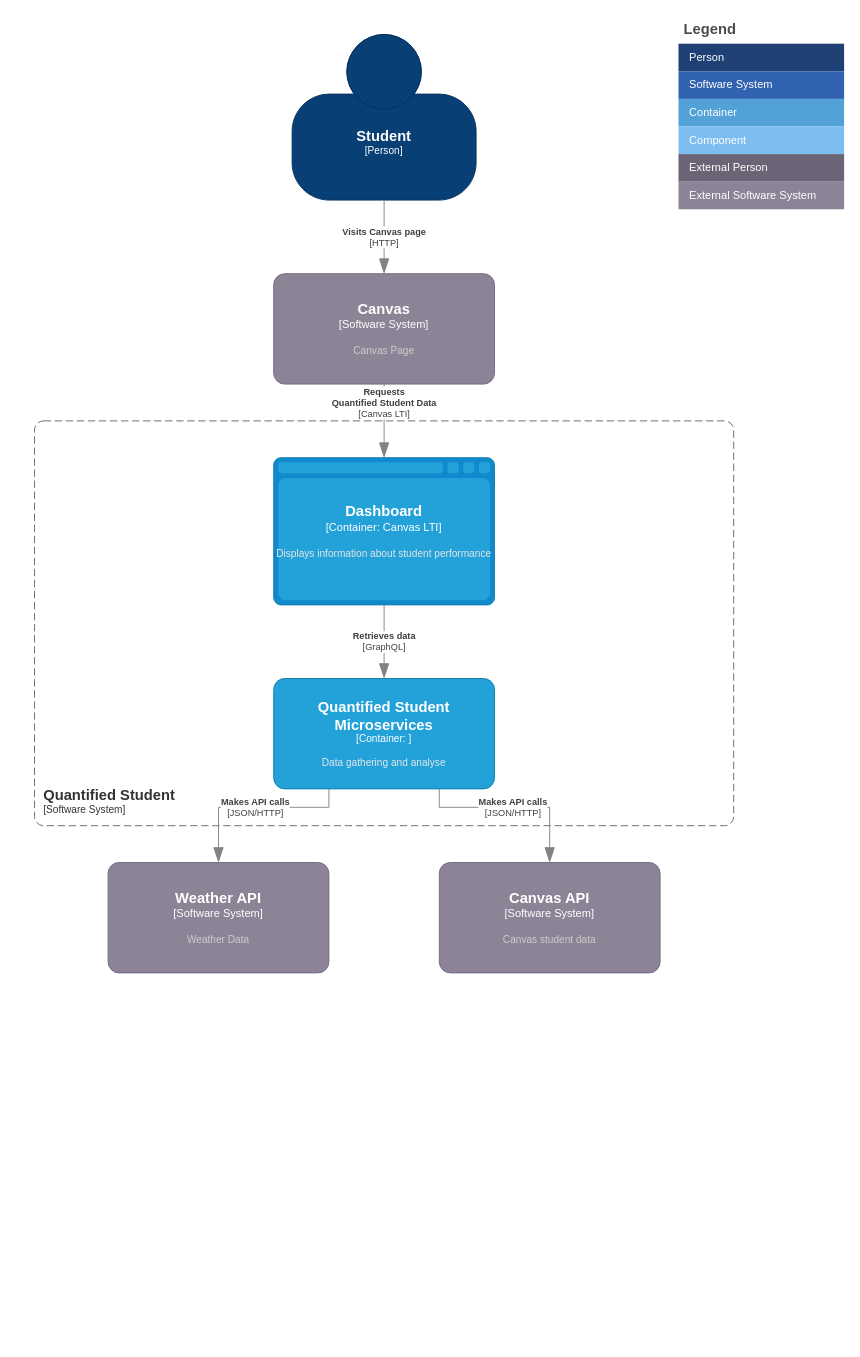
This is Application Architecture/QSc4_2.drawio from quantifiedstudent/QS-Docs, a draw.io file, before an edit. Source tidied: cells renumbered, new cells numbered last; positions are measured from the earlier drawing's top-left corner, leaving out a move shared by most shapes. Both pictures are drawn from the tidied source at 92%, with x=0, y=0 at pixel (34, 16).
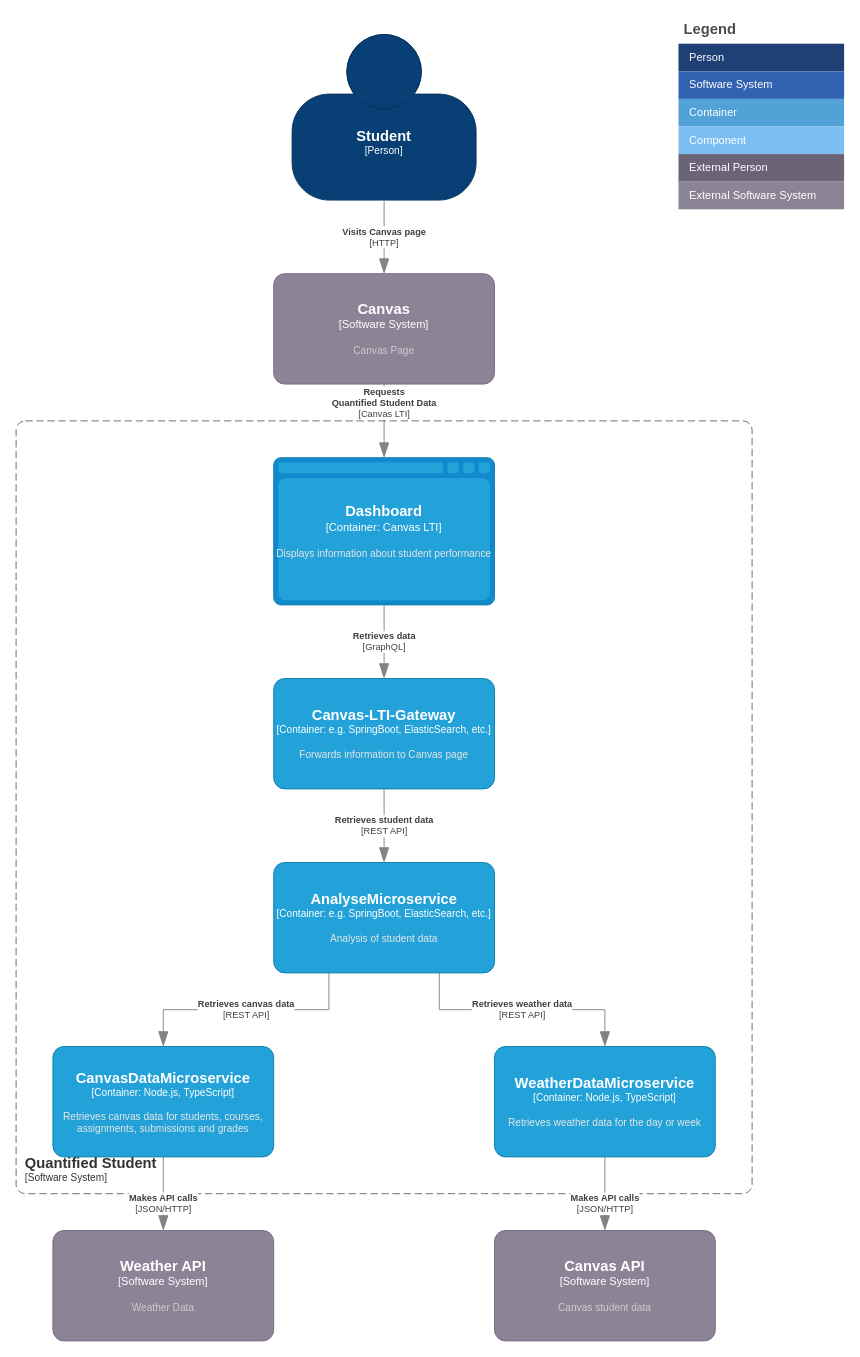
The same diagram, later.

The edit, as a diff of the source:
```diff
@@
-    <object id="3" label="&lt;font style=&quot;font-size: 16px&quot;&gt;&lt;b&gt;%c4Name%&lt;/b&gt;&lt;/font&gt;&lt;div&gt;[%c4Type%]&lt;/div&gt;&lt;br&gt;&lt;div&gt;&lt;font style=&quot;font-size: 11px&quot;&gt;&lt;font color=&quot;#cccccc&quot;&gt;%c4Description%&lt;/font&gt;&lt;/div&gt;" c4Description="Weather Data" c4Name="Weather API" c4Type="Software System" placeholders="1">
-      <mxCell style="rounded=1;whiteSpace=wrap;html=1;labelBackgroundColor=none;fillColor=#8C8496;fontColor=#ffffff;align=center;arcSize=10;strokeColor=#736782;points=[[0.25,0,0],[0.5,0,0],[0.75,0,0],[1,0.25,0],[1,0.5,0],[1,0.75,0],[0.75,1,0],[0.5,1,0],[0.25,1,0],[0,0.75,0],[0,0.5,0],[0,0.25,0]];" parent="1" vertex="1">
-        <mxGeometry x="80" y="920" width="240" height="120" as="geometry" />
-      </mxCell>
-    </object>
@@
     <object id="18" label="&lt;font style=&quot;font-size: 16px&quot;&gt;&lt;b&gt;&lt;div style=&quot;text-align: left&quot;&gt;%c4Name%&lt;/div&gt;&lt;/b&gt;&lt;/font&gt;&lt;div style=&quot;text-align: left&quot;&gt;[%c4Application%]&lt;/div&gt;" c4Application="Software System" c4Name="Quantified Student" placeholders="1">
       <mxCell style="rounded=1;fontSize=11;whiteSpace=wrap;html=1;dashed=1;arcSize=20;fillColor=none;strokeColor=#666666;fontColor=#333333;labelBackgroundColor=none;align=left;verticalAlign=bottom;labelBorderColor=none;spacingTop=0;spacing=10;dashPattern=8 4;perimeter=rectanglePerimeter;noLabel=0;labelPadding=0;absoluteArcSize=1;" parent="1" vertex="1">
-        <mxGeometry y="440" width="760" height="440" as="geometry" />
+        <mxGeometry x="-20" y="440" width="800" height="840" as="geometry" />
       </mxCell>
     </object>
@@
-    <object id="20" label="&lt;font style=&quot;font-size: 16px&quot;&gt;&lt;b&gt;%c4Name%&lt;/b&gt;&lt;/font&gt;&lt;div&gt;[%c4Type%: %c4Technology%]&lt;/div&gt;&lt;br&gt;&lt;div&gt;&lt;font style=&quot;font-size: 11px&quot;&gt;&lt;font color=&quot;#E6E6E6&quot;&gt;%c4Description%&lt;/font&gt;&lt;/div&gt;" c4Description="Data gathering and analyse" c4Name="Quantified Student Microservices" c4Technology="" c4Type="Container" placeholders="1">
-      <mxCell style="rounded=1;whiteSpace=wrap;html=1;fontSize=11;labelBackgroundColor=none;fillColor=#23A2D9;fontColor=#ffffff;align=center;arcSize=10;strokeColor=#0E7DAD;points=[[0.25,0,0],[0.5,0,0],[0.75,0,0],[1,0.25,0],[1,0.5,0],[1,0.75,0],[0.75,1,0],[0.5,1,0],[0.25,1,0],[0,0.75,0],[0,0.5,0],[0,0.25,0]];" parent="1" vertex="1">
-        <mxGeometry x="260" y="720" width="240" height="120" as="geometry" />
-      </mxCell>
-    </object>
@@
-    <object id="22" label="&lt;div style=&quot;text-align: left&quot;&gt;&lt;div style=&quot;text-align: center&quot;&gt;&lt;b&gt;%c4Description%&lt;/b&gt;&lt;/div&gt;&lt;div style=&quot;text-align: center&quot;&gt;[%c4Technology%]&lt;/div&gt;&lt;/div&gt;" c4Description="Makes API calls" c4Technology="JSON/HTTP" placeholders="1">
-      <mxCell style="endArrow=blockThin;html=1;fontSize=10;fontColor=#404040;strokeWidth=1;endFill=1;strokeColor=#828282;elbow=vertical;endSize=14;startSize=14;jumpStyle=arc;jumpSize=16;rounded=0;edgeStyle=orthogonalEdgeStyle;exitX=0.25;exitY=1;exitDx=0;exitDy=0;exitPerimeter=0;entryX=0.5;entryY=0;entryDx=0;entryDy=0;entryPerimeter=0;" parent="1" edge="1" source="20" target="3">
-        <mxGeometry relative="1" as="geometry">
-          <Array as="points">
-            <mxPoint x="320" y="860" />
-            <mxPoint x="200" y="860" />
-          </Array>
-        </mxGeometry>
-      </mxCell>
-    </object>
-    <object id="23" label="&lt;div style=&quot;text-align: left&quot;&gt;&lt;div style=&quot;text-align: center&quot;&gt;&lt;b&gt;%c4Description%&lt;/b&gt;&lt;/div&gt;&lt;div style=&quot;text-align: center&quot;&gt;[%c4Technology%]&lt;/div&gt;&lt;/div&gt;" c4Description="Makes API calls" c4Technology="JSON/HTTP" placeholders="1">
-      <mxCell style="endArrow=blockThin;html=1;fontSize=10;fontColor=#404040;strokeWidth=1;endFill=1;strokeColor=#828282;elbow=vertical;endSize=14;startSize=14;jumpStyle=arc;jumpSize=16;rounded=0;edgeStyle=orthogonalEdgeStyle;entryX=0.5;entryY=0;entryDx=0;entryDy=0;entryPerimeter=0;exitX=0.75;exitY=1;exitDx=0;exitDy=0;exitPerimeter=0;" parent="1" edge="1" source="20" target="24">
-        <mxGeometry relative="1" as="geometry">
-          <Array as="points">
-            <mxPoint x="440" y="860" />
-            <mxPoint x="560" y="860" />
-          </Array>
-        </mxGeometry>
-      </mxCell>
-    </object>
-    <object id="24" label="&lt;font style=&quot;font-size: 16px&quot;&gt;&lt;b&gt;%c4Name%&lt;/b&gt;&lt;/font&gt;&lt;div&gt;[%c4Type%]&lt;/div&gt;&lt;br&gt;&lt;div&gt;&lt;font style=&quot;font-size: 11px&quot;&gt;&lt;font color=&quot;#cccccc&quot;&gt;%c4Description%&lt;/font&gt;&lt;/div&gt;" c4Description="Canvas student data" c4Name="Canvas API" c4Type="Software System" placeholders="1">
-      <mxCell style="rounded=1;whiteSpace=wrap;html=1;labelBackgroundColor=none;fillColor=#8C8496;fontColor=#ffffff;align=center;arcSize=10;strokeColor=#736782;points=[[0.25,0,0],[0.5,0,0],[0.75,0,0],[1,0.25,0],[1,0.5,0],[1,0.75,0],[0.75,1,0],[0.5,1,0],[0.25,1,0],[0,0.75,0],[0,0.5,0],[0,0.25,0]];" parent="1" vertex="1">
-        <mxGeometry x="440" y="920" width="240" height="120" as="geometry" />
-      </mxCell>
-    </object>
@@
+    <object id="3" label="&lt;font style=&quot;font-size: 16px&quot;&gt;&lt;b&gt;%c4Name%&lt;/b&gt;&lt;/font&gt;&lt;div&gt;[%c4Type%]&lt;/div&gt;&lt;br&gt;&lt;div&gt;&lt;font style=&quot;font-size: 11px&quot;&gt;&lt;font color=&quot;#cccccc&quot;&gt;%c4Description%&lt;/font&gt;&lt;/div&gt;" c4Description="Weather Data" c4Name="Weather API" c4Type="Software System" placeholders="1">
+      <mxCell style="rounded=1;whiteSpace=wrap;html=1;labelBackgroundColor=none;fillColor=#8C8496;fontColor=#ffffff;align=center;arcSize=10;strokeColor=#736782;points=[[0.25,0,0],[0.5,0,0],[0.75,0,0],[1,0.25,0],[1,0.5,0],[1,0.75,0],[0.75,1,0],[0.5,1,0],[0.25,1,0],[0,0.75,0],[0,0.5,0],[0,0.25,0]];" parent="1" vertex="1">
+        <mxGeometry x="20" y="1320" width="240" height="120" as="geometry" />
+      </mxCell>
+    </object>
+    <object id="27" label="&lt;div style=&quot;text-align: left&quot;&gt;&lt;div style=&quot;text-align: center&quot;&gt;&lt;b&gt;%c4Description%&lt;/b&gt;&lt;/div&gt;&lt;div style=&quot;text-align: center&quot;&gt;[%c4Technology%]&lt;/div&gt;&lt;/div&gt;" c4Description="Makes API calls" c4Technology="JSON/HTTP" placeholders="1">
+      <mxCell style="endArrow=blockThin;html=1;fontSize=10;fontColor=#404040;strokeWidth=1;endFill=1;strokeColor=#828282;elbow=vertical;endSize=14;startSize=14;jumpStyle=arc;jumpSize=16;rounded=0;edgeStyle=orthogonalEdgeStyle;exitX=0.5;exitY=1;exitDx=0;exitDy=0;exitPerimeter=0;entryX=0.5;entryY=0;entryDx=0;entryDy=0;entryPerimeter=0;" parent="1" edge="1" source="31" target="3">
+        <mxGeometry x="0.25" relative="1" as="geometry" />
+      </mxCell>
+    </object>
+    <object id="28" label="&lt;div style=&quot;text-align: left&quot;&gt;&lt;div style=&quot;text-align: center&quot;&gt;&lt;b&gt;%c4Description%&lt;/b&gt;&lt;/div&gt;&lt;div style=&quot;text-align: center&quot;&gt;[%c4Technology%]&lt;/div&gt;&lt;/div&gt;" c4Description="Makes API calls" c4Technology="JSON/HTTP" placeholders="1">
+      <mxCell style="endArrow=blockThin;html=1;fontSize=10;fontColor=#404040;strokeWidth=1;endFill=1;strokeColor=#828282;elbow=vertical;endSize=14;startSize=14;jumpStyle=arc;jumpSize=16;rounded=0;edgeStyle=orthogonalEdgeStyle;entryX=0.5;entryY=0;entryDx=0;entryDy=0;entryPerimeter=0;exitX=0.5;exitY=1;exitDx=0;exitDy=0;exitPerimeter=0;" parent="1" edge="1" source="32" target="24">
+        <mxGeometry x="0.25" relative="1" as="geometry" />
+      </mxCell>
+    </object>
+    <object id="29" label="&lt;div style=&quot;text-align: left&quot;&gt;&lt;div style=&quot;text-align: center&quot;&gt;&lt;b&gt;%c4Description%&lt;/b&gt;&lt;/div&gt;&lt;div style=&quot;text-align: center&quot;&gt;[%c4Technology%]&lt;/div&gt;&lt;/div&gt;" c4Description="Retrieves student data" c4Technology="REST API" placeholders="1">
+      <mxCell style="endArrow=blockThin;html=1;fontSize=10;fontColor=#404040;strokeWidth=1;endFill=1;strokeColor=#828282;elbow=vertical;endSize=14;startSize=14;jumpStyle=arc;jumpSize=16;rounded=0;edgeStyle=orthogonalEdgeStyle;exitX=0.5;exitY=1;exitDx=0;exitDy=0;exitPerimeter=0;entryX=0.5;entryY=0;entryDx=0;entryDy=0;entryPerimeter=0;" parent="1" edge="1" source="20" target="33">
+        <mxGeometry relative="1" as="geometry" />
+      </mxCell>
+    </object>
+    <object id="22" label="&lt;div style=&quot;text-align: left&quot;&gt;&lt;div style=&quot;text-align: center&quot;&gt;&lt;b&gt;%c4Description%&lt;/b&gt;&lt;/div&gt;&lt;div style=&quot;text-align: center&quot;&gt;[%c4Technology%]&lt;/div&gt;&lt;/div&gt;" c4Description="Retrieves canvas data" c4Technology="REST API" placeholders="1">
+      <mxCell style="endArrow=blockThin;html=1;fontSize=10;fontColor=#404040;strokeWidth=1;endFill=1;strokeColor=#828282;elbow=vertical;endSize=14;startSize=14;jumpStyle=arc;jumpSize=16;rounded=0;edgeStyle=orthogonalEdgeStyle;exitX=0.25;exitY=1;exitDx=0;exitDy=0;exitPerimeter=0;entryX=0.5;entryY=0;entryDx=0;entryDy=0;entryPerimeter=0;" parent="1" edge="1" source="33" target="31">
+        <mxGeometry relative="1" as="geometry" />
+      </mxCell>
+    </object>
+    <object id="30" label="&lt;div style=&quot;text-align: left&quot;&gt;&lt;div style=&quot;text-align: center&quot;&gt;&lt;b&gt;%c4Description%&lt;/b&gt;&lt;/div&gt;&lt;div style=&quot;text-align: center&quot;&gt;[%c4Technology%]&lt;/div&gt;&lt;/div&gt;" c4Description="Retrieves weather data" c4Technology="REST API" placeholders="1">
+      <mxCell style="endArrow=blockThin;html=1;fontSize=10;fontColor=#404040;strokeWidth=1;endFill=1;strokeColor=#828282;elbow=vertical;endSize=14;startSize=14;jumpStyle=arc;jumpSize=16;rounded=0;edgeStyle=orthogonalEdgeStyle;exitX=0.75;exitY=1;exitDx=0;exitDy=0;exitPerimeter=0;entryX=0.5;entryY=0;entryDx=0;entryDy=0;entryPerimeter=0;" parent="1" edge="1" source="33" target="32">
+        <mxGeometry relative="1" as="geometry" />
+      </mxCell>
+    </object>
+    <object id="24" label="&lt;font style=&quot;font-size: 16px&quot;&gt;&lt;b&gt;%c4Name%&lt;/b&gt;&lt;/font&gt;&lt;div&gt;[%c4Type%]&lt;/div&gt;&lt;br&gt;&lt;div&gt;&lt;font style=&quot;font-size: 11px&quot;&gt;&lt;font color=&quot;#cccccc&quot;&gt;%c4Description%&lt;/font&gt;&lt;/div&gt;" c4Description="Canvas student data" c4Name="Canvas API" c4Type="Software System" placeholders="1">
+      <mxCell style="rounded=1;whiteSpace=wrap;html=1;labelBackgroundColor=none;fillColor=#8C8496;fontColor=#ffffff;align=center;arcSize=10;strokeColor=#736782;points=[[0.25,0,0],[0.5,0,0],[0.75,0,0],[1,0.25,0],[1,0.5,0],[1,0.75,0],[0.75,1,0],[0.5,1,0],[0.25,1,0],[0,0.75,0],[0,0.5,0],[0,0.25,0]];" parent="1" vertex="1">
+        <mxGeometry x="500" y="1320" width="240" height="120" as="geometry" />
+      </mxCell>
+    </object>
+    <object id="31" label="&lt;font style=&quot;font-size: 16px&quot;&gt;&lt;b&gt;%c4Name%&lt;/b&gt;&lt;/font&gt;&lt;div&gt;[%c4Type%: %c4Technology%]&lt;/div&gt;&lt;br&gt;&lt;div&gt;&lt;font style=&quot;font-size: 11px&quot;&gt;&lt;font color=&quot;#E6E6E6&quot;&gt;%c4Description%&lt;/font&gt;&lt;/div&gt;" c4Description="Retrieves canvas data for students, courses, assignments, submissions and grades" c4Name="CanvasDataMicroservice" c4Technology="Node.js, TypeScript" c4Type="Container" placeholders="1">
+      <mxCell style="rounded=1;whiteSpace=wrap;html=1;fontSize=11;labelBackgroundColor=none;fillColor=#23A2D9;fontColor=#ffffff;align=center;arcSize=10;strokeColor=#0E7DAD;points=[[0.25,0,0],[0.5,0,0],[0.75,0,0],[1,0.25,0],[1,0.5,0],[1,0.75,0],[0.75,1,0],[0.5,1,0],[0.25,1,0],[0,0.75,0],[0,0.5,0],[0,0.25,0]];" parent="1" vertex="1">
+        <mxGeometry x="20" y="1120" width="240" height="120" as="geometry" />
+      </mxCell>
+    </object>
+    <object id="32" label="&lt;font style=&quot;font-size: 16px&quot;&gt;&lt;b&gt;%c4Name%&lt;/b&gt;&lt;/font&gt;&lt;div&gt;[%c4Type%: %c4Technology%]&lt;/div&gt;&lt;br&gt;&lt;div&gt;&lt;font style=&quot;font-size: 11px&quot;&gt;&lt;font color=&quot;#E6E6E6&quot;&gt;%c4Description%&lt;/font&gt;&lt;/div&gt;" c4Description="Retrieves weather data for the day or week" c4Name="WeatherDataMicroservice" c4Technology="Node.js, TypeScript" c4Type="Container" placeholders="1">
+      <mxCell style="rounded=1;whiteSpace=wrap;html=1;fontSize=11;labelBackgroundColor=none;fillColor=#23A2D9;fontColor=#ffffff;align=center;arcSize=10;strokeColor=#0E7DAD;points=[[0.25,0,0],[0.5,0,0],[0.75,0,0],[1,0.25,0],[1,0.5,0],[1,0.75,0],[0.75,1,0],[0.5,1,0],[0.25,1,0],[0,0.75,0],[0,0.5,0],[0,0.25,0]];" parent="1" vertex="1">
+        <mxGeometry x="500" y="1120" width="240" height="120" as="geometry" />
+      </mxCell>
+    </object>
+    <object id="20" label="&lt;font style=&quot;font-size: 16px&quot;&gt;&lt;b&gt;%c4Name%&lt;/b&gt;&lt;/font&gt;&lt;div&gt;[%c4Type%: %c4Technology%]&lt;/div&gt;&lt;br&gt;&lt;div&gt;&lt;font style=&quot;font-size: 11px&quot;&gt;&lt;font color=&quot;#E6E6E6&quot;&gt;%c4Description%&lt;/font&gt;&lt;/div&gt;" c4Description="Forwards information to Canvas page" c4Name="Canvas-LTI-Gateway" c4Technology="e.g. SpringBoot, ElasticSearch, etc." c4Type="Container" placeholders="1">
+      <mxCell style="rounded=1;whiteSpace=wrap;html=1;fontSize=11;labelBackgroundColor=none;fillColor=#23A2D9;fontColor=#ffffff;align=center;arcSize=10;strokeColor=#0E7DAD;points=[[0.25,0,0],[0.5,0,0],[0.75,0,0],[1,0.25,0],[1,0.5,0],[1,0.75,0],[0.75,1,0],[0.5,1,0],[0.25,1,0],[0,0.75,0],[0,0.5,0],[0,0.25,0]];" parent="1" vertex="1">
+        <mxGeometry x="260" y="720" width="240" height="120" as="geometry" />
+      </mxCell>
+    </object>
+    <object id="33" label="&lt;font style=&quot;font-size: 16px&quot;&gt;&lt;b&gt;%c4Name%&lt;/b&gt;&lt;/font&gt;&lt;div&gt;[%c4Type%: %c4Technology%]&lt;/div&gt;&lt;br&gt;&lt;div&gt;&lt;font style=&quot;font-size: 11px&quot;&gt;&lt;font color=&quot;#E6E6E6&quot;&gt;%c4Description%&lt;/font&gt;&lt;/div&gt;" c4Description="Analysis of student data" c4Name="AnalyseMicroservice" c4Technology="e.g. SpringBoot, ElasticSearch, etc." c4Type="Container" placeholders="1">
+      <mxCell style="rounded=1;whiteSpace=wrap;html=1;fontSize=11;labelBackgroundColor=none;fillColor=#23A2D9;fontColor=#ffffff;align=center;arcSize=10;strokeColor=#0E7DAD;points=[[0.25,0,0],[0.5,0,0],[0.75,0,0],[1,0.25,0],[1,0.5,0],[1,0.75,0],[0.75,1,0],[0.5,1,0],[0.25,1,0],[0,0.75,0],[0,0.5,0],[0,0.25,0]];" parent="1" vertex="1">
+        <mxGeometry x="260" y="920" width="240" height="120" as="geometry" />
+      </mxCell>
+    </object>
```
